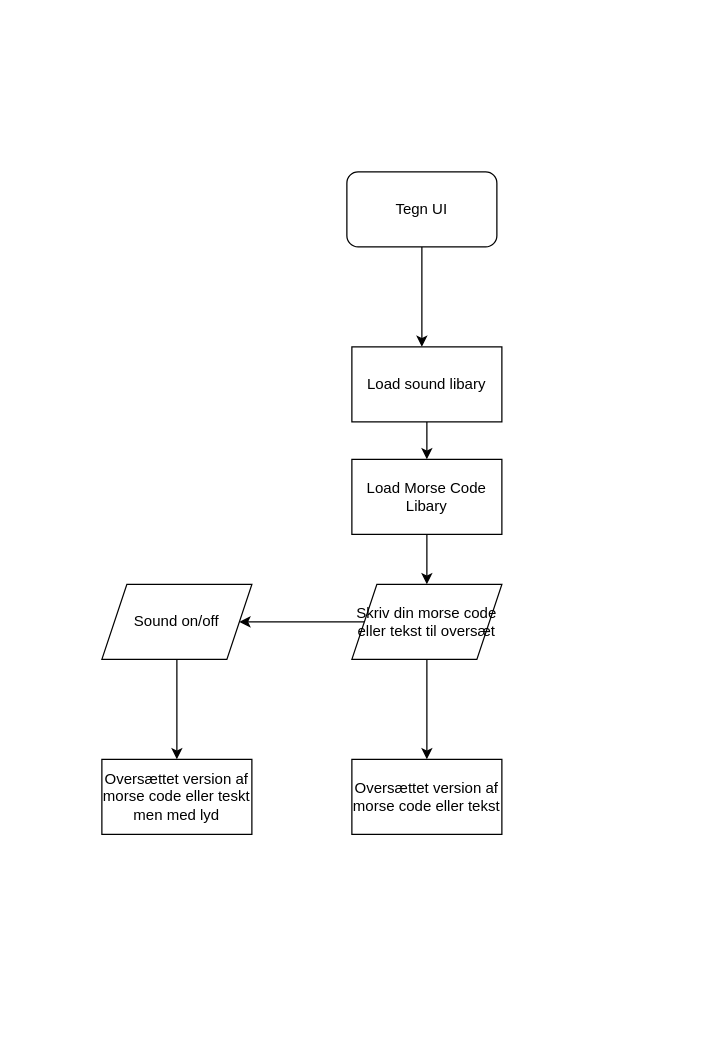
H24HX3-MorseCode-JakubK/MorseCode keeps this draw.io diagram as MorseCode-Rutediagram.drawio. Above is the earlier version. Source tidied: cells renumbered, new cells numbered last; positions are measured from the earlier drawing's top-left corner, leaving out a move shared by most shapes. Both pictures are drawn from the tidied source at 125%, with x=0, y=0 at pixel (101, 171).
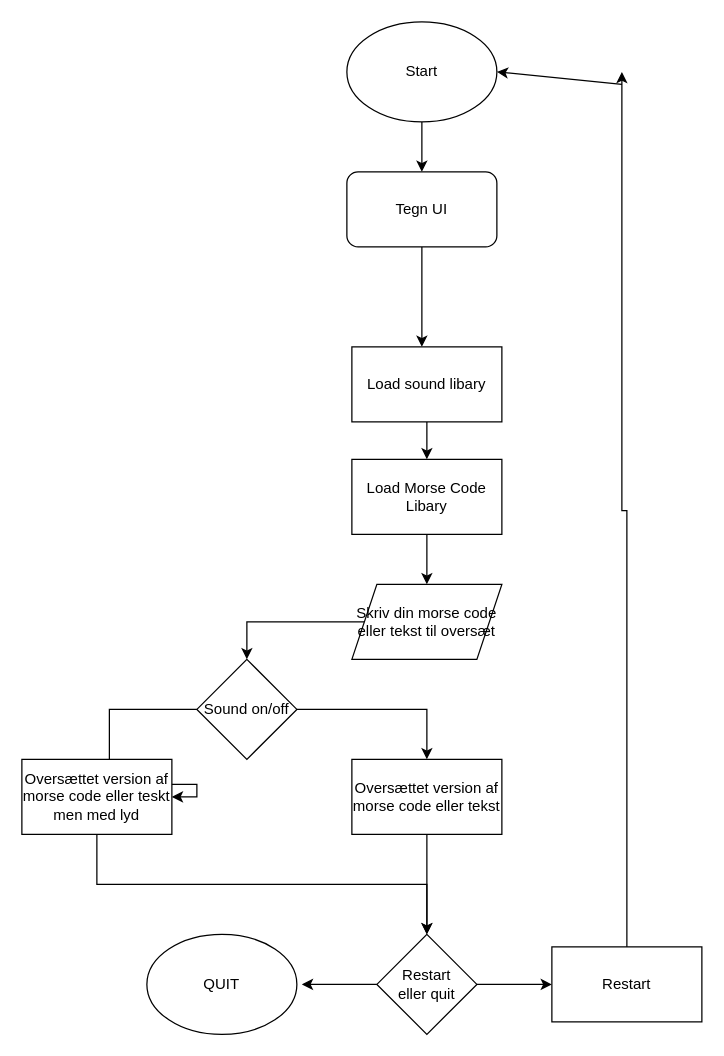
The same diagram, later.

The change refers to these unchanged cells:
```xml
<mxCell id="3" value="Tegn UI" style="rounded=1;whiteSpace=wrap;html=1;" parent="1" vertex="1">
  <mxGeometry x="196" width="120" height="60" as="geometry" />
</mxCell>
<mxCell id="8" value="Skriv din morse code eller tekst til oversæt" style="shape=parallelogram;perimeter=parallelogramPerimeter;whiteSpace=wrap;html=1;fixedSize=1;rounded=0;" parent="1" vertex="1">
  <mxGeometry x="200" y="330" width="120" height="60" as="geometry" />
</mxCell>
<mxCell id="11" value="Oversættet version af morse code eller tekst" style="whiteSpace=wrap;html=1;rounded=0;" parent="1" vertex="1">
  <mxGeometry x="200" y="470" width="120" height="60" as="geometry" />
</mxCell>
```

Change to the diagram source:
```diff
@@
-    <mxCell id="6" style="edgeStyle=orthogonalEdgeStyle;rounded=0;jettySize=auto;html=1;" parent="1" edge="1" source="8" target="11">
-      <mxGeometry relative="1" as="geometry" />
+    <mxCell id="6" style="edgeStyle=orthogonalEdgeStyle;rounded=0;jettySize=auto;html=1;exitX=1;exitY=0.5;exitDx=0;exitDy=0;" parent="1" edge="1" source="13" target="11">
+      <mxGeometry relative="1" as="geometry">
+        <Array as="points">
+          <mxPoint x="260" y="430" />
+        </Array>
+      </mxGeometry>
     </mxCell>
-    <mxCell id="7" style="edgeStyle=orthogonalEdgeStyle;rounded=0;jettySize=auto;html=1;" parent="1" edge="1" source="8" target="13">
+    <mxCell id="7" style="edgeStyle=orthogonalEdgeStyle;rounded=0;jettySize=auto;html=1;entryX=0.5;entryY=0;entryDx=0;entryDy=0;" parent="1" edge="1" source="8" target="13">
       <mxGeometry relative="1" as="geometry" />
     </mxCell>
@@
+    <mxCell id="15" style="edgeStyle=orthogonalEdgeStyle;rounded=0;jettySize=auto;html=1;" parent="1" edge="1" source="11">
+      <mxGeometry relative="1" as="geometry">
+        <mxPoint x="260" y="610" as="targetPoint" />
+      </mxGeometry>
+    </mxCell>
@@
-    <mxCell id="12" style="edgeStyle=orthogonalEdgeStyle;rounded=0;jettySize=auto;html=1;" parent="1" edge="1" source="13" target="14">
-      <mxGeometry relative="1" as="geometry" />
+    <mxCell id="12" style="edgeStyle=orthogonalEdgeStyle;rounded=0;jettySize=auto;html=1;exitX=0;exitY=0.5;exitDx=0;exitDy=0;" parent="1" edge="1" source="13" target="14">
+      <mxGeometry relative="1" as="geometry">
+        <Array as="points">
+          <mxPoint x="6" y="430" />
+          <mxPoint x="6" y="490" />
+          <mxPoint x="76" y="490" />
+          <mxPoint x="76" y="500" />
+        </Array>
+      </mxGeometry>
     </mxCell>
+    <mxCell id="16" style="edgeStyle=orthogonalEdgeStyle;rounded=0;jettySize=auto;html=1;entryX=0.5;entryY=0;entryDx=0;entryDy=0;" parent="1" edge="1" source="14" target="19">
+      <mxGeometry relative="1" as="geometry">
+        <Array as="points">
+          <mxPoint x="260" y="570" />
+        </Array>
+      </mxGeometry>
+    </mxCell>
+    <mxCell id="14" value="Oversættet version af morse code eller teskt men med lyd" style="whiteSpace=wrap;html=1;rounded=0;" parent="1" vertex="1">
+      <mxGeometry x="-64" y="470" width="120" height="60" as="geometry" />
+    </mxCell>
-    <mxCell id="13" value="Sound on/off" style="shape=parallelogram;perimeter=parallelogramPerimeter;whiteSpace=wrap;html=1;fixedSize=1;rounded=0;" parent="1" vertex="1">
-      <mxGeometry y="330" width="120" height="60" as="geometry" />
+    <mxCell id="13" value="Sound on/off" style="rhombus;whiteSpace=wrap;html=1;" parent="1" vertex="1">
+      <mxGeometry x="76" y="390" width="80" height="80" as="geometry" />
     </mxCell>
-    <mxCell id="14" value="Oversættet version af morse code eller teskt men med lyd" style="whiteSpace=wrap;html=1;rounded=0;" parent="1" vertex="1">
-      <mxGeometry y="470" width="120" height="60" as="geometry" />
-    </mxCell>
+    <mxCell id="17" style="edgeStyle=orthogonalEdgeStyle;rounded=0;jettySize=auto;html=1;" parent="1" edge="1" source="19" target="21">
+      <mxGeometry relative="1" as="geometry" />
+    </mxCell>
+    <mxCell id="18" style="edgeStyle=orthogonalEdgeStyle;rounded=0;jettySize=auto;html=1;" parent="1" edge="1" source="19">
+      <mxGeometry relative="1" as="geometry">
+        <mxPoint x="160" y="650" as="targetPoint" />
+      </mxGeometry>
+    </mxCell>
+    <mxCell id="19" value="Restart&lt;div&gt;eller quit&lt;/div&gt;" style="rhombus;whiteSpace=wrap;html=1;" parent="1" vertex="1">
+      <mxGeometry x="220" y="610" width="80" height="80" as="geometry" />
+    </mxCell>
+    <mxCell id="20" style="edgeStyle=orthogonalEdgeStyle;rounded=0;jettySize=auto;html=1;" parent="1" edge="1" source="21">
+      <mxGeometry relative="1" as="geometry">
+        <mxPoint x="416" y="-80" as="targetPoint" />
+        <Array as="points">
+          <mxPoint x="420" y="271" />
+          <mxPoint x="416" y="271" />
+        </Array>
+      </mxGeometry>
+    </mxCell>
+    <mxCell id="21" value="Restart" style="whiteSpace=wrap;html=1;" parent="1" vertex="1">
+      <mxGeometry x="360" y="620" width="120" height="60" as="geometry" />
+    </mxCell>
+    <mxCell id="22" style="edgeStyle=orthogonalEdgeStyle;rounded=0;jettySize=auto;html=1;" parent="1" edge="1" source="23" target="3">
+      <mxGeometry relative="1" as="geometry" />
+    </mxCell>
+    <mxCell id="23" value="Start" style="ellipse;whiteSpace=wrap;html=1;" parent="1" vertex="1">
+      <mxGeometry x="196" y="-120" width="120" height="80" as="geometry" />
+    </mxCell>
+    <mxCell id="24" style="endArrow=classic;html=1;rounded=0;entryX=1;entryY=0.5;entryDx=0;entryDy=0;" parent="1" edge="1" target="23">
+      <mxGeometry relative="1" as="geometry">
+        <mxPoint x="416" y="-70" as="sourcePoint" />
+      </mxGeometry>
+    </mxCell>
+    <mxCell id="25" value="QUIT" style="ellipse;whiteSpace=wrap;html=1;" parent="1" vertex="1">
+      <mxGeometry x="36" y="610" width="120" height="80" as="geometry" />
+    </mxCell>
```
